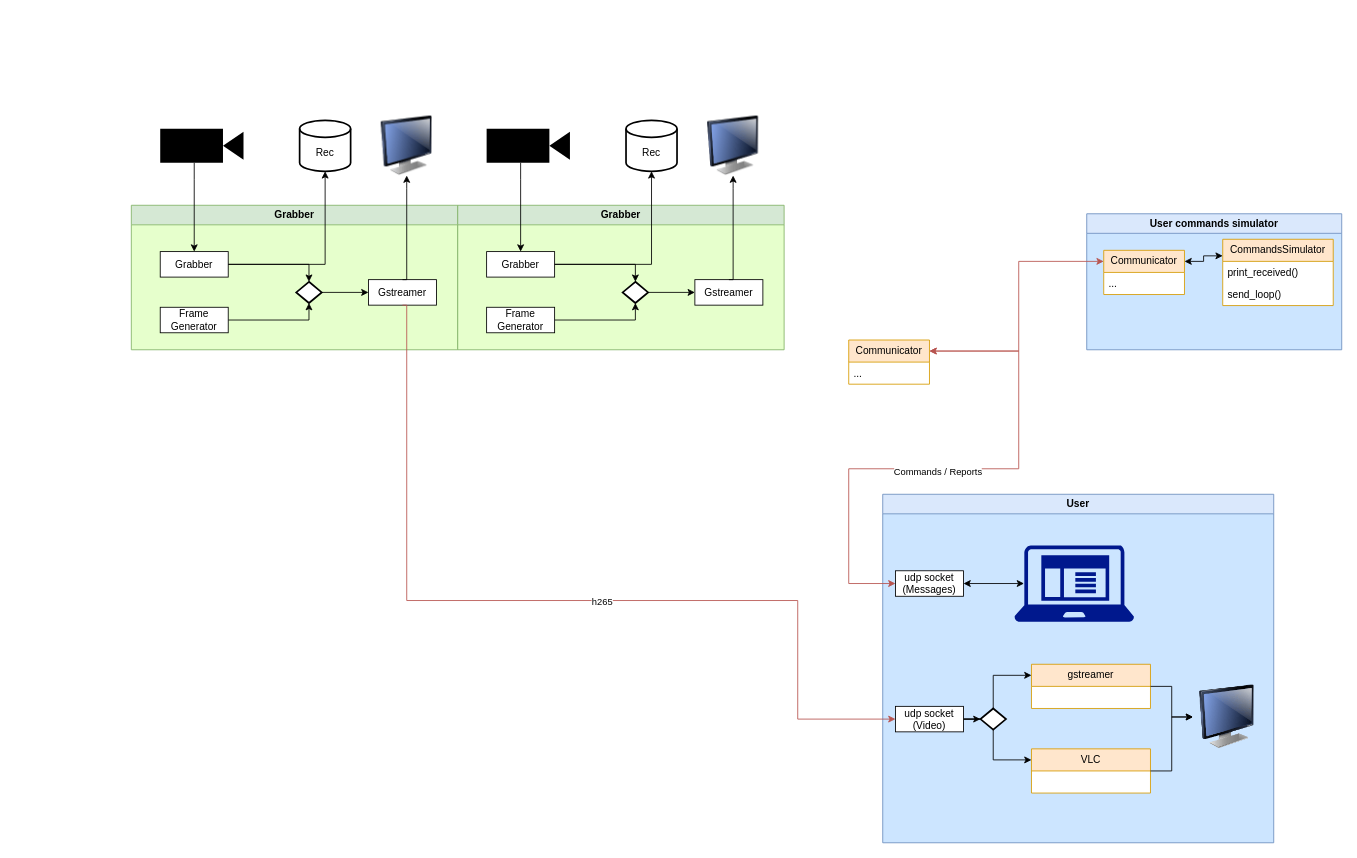
Earlier version of the draw.io diagram page "Page-2" (2 of 2) of doc/diagram.drawio (serbuh/gige_capture). Source tidied: cells renumbered, new cells numbered last; positions are measured from the earlier drawing's top-left corner, leaving out a move shared by most shapes. Both pictures are drawn from the tidied source at 85%, with x=0, y=0 at pixel (131, 116).
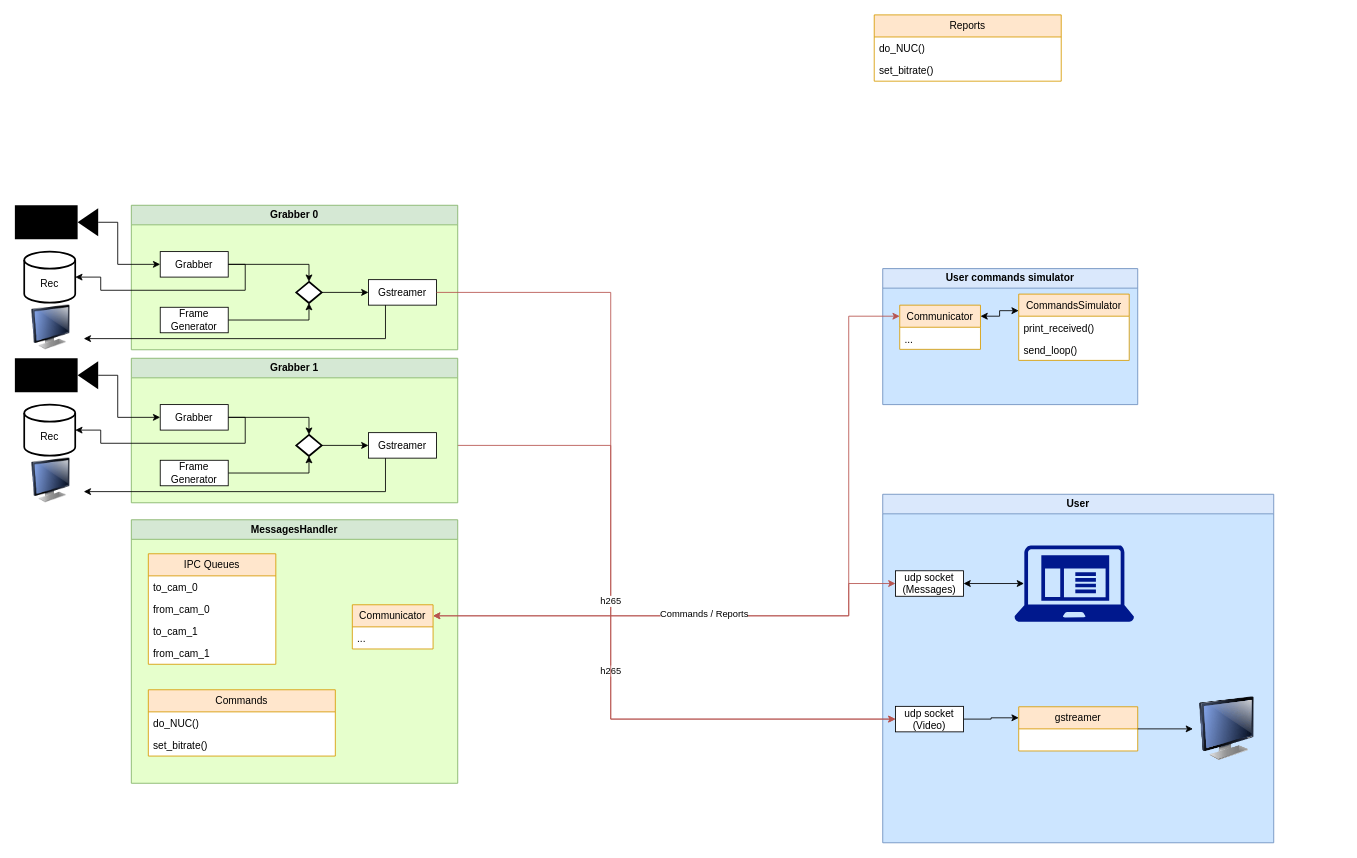
The same page after the edit.

Unchanged cells that the change refers to:
```xml
<mxCell id="7" value="Grabber" style="rounded=0;whiteSpace=wrap;html=1;" parent="2" vertex="1">
  <mxGeometry x="34" y="54.5" width="80" height="30" as="geometry" />
</mxCell>
<mxCell id="9" value="Gstreamer" style="rounded=0;whiteSpace=wrap;html=1;" parent="2" vertex="1">
  <mxGeometry x="279" y="87.5" width="80" height="30" as="geometry" />
</mxCell>
<mxCell id="12" value="User" style="swimlane;whiteSpace=wrap;html=1;comic=0;noLabel=0;swimlaneFillColor=#CCE5FF;fillColor=#dae8fc;strokeColor=#6c8ebf;" parent="1" vertex="1">
  <mxGeometry x="884" y="445" width="460" height="410" as="geometry" />
</mxCell>
<mxCell id="16" value="udp socket&lt;br&gt;(Video)" style="rounded=0;whiteSpace=wrap;html=1;" parent="12" vertex="1">
  <mxGeometry x="15" y="249.5" width="80" height="30" as="geometry" />
</mxCell>
<mxCell id="22" value="udp socket&lt;br&gt;(Messages)" style="rounded=0;whiteSpace=wrap;html=1;" parent="12" vertex="1">
  <mxGeometry x="15" y="90" width="80" height="30" as="geometry" />
</mxCell>
<mxCell id="39" value="Communicator" style="swimlane;fontStyle=0;horizontal=1;startSize=26;fillColor=#ffe6cc;whiteSpace=wrap;html=1;strokeColor=#d79b00;swimlaneFillColor=default;" parent="34" vertex="1">
  <mxGeometry x="20" y="43" width="95" height="52" as="geometry" />
</mxCell>
```

The edit, as a diff of the source:
```diff
@@
-    <mxCell id="2" value="Grabber" style="swimlane;whiteSpace=wrap;html=1;comic=0;noLabel=0;swimlaneFillColor=#E6FFCC;fillColor=#d5e8d4;strokeColor=#82b366;" parent="1" vertex="1">
+    <mxCell id="2" value="Grabber 0" style="swimlane;whiteSpace=wrap;html=1;comic=0;noLabel=0;swimlaneFillColor=#E6FFCC;fillColor=#d5e8d4;strokeColor=#82b366;" parent="1" vertex="1">
       <mxGeometry y="105" width="384" height="170" as="geometry" />
     </mxCell>
@@
-    <mxCell id="10" style="edgeStyle=orthogonalEdgeStyle;rounded=0;jettySize=auto;html=1;entryX=0.5;entryY=0;entryDx=0;entryDy=0;" parent="1" edge="1" source="11" target="7">
+    <mxCell id="10" style="edgeStyle=orthogonalEdgeStyle;rounded=0;jettySize=auto;html=1;entryX=0;entryY=0.5;entryDx=0;entryDy=0;exitX=1;exitY=0.5;exitDx=0;exitDy=0;exitPerimeter=0;" parent="1" edge="1" source="11" target="7">
       <mxGeometry relative="1" as="geometry">
         <Array as="points">
-          <mxPoint x="74" y="75" />
-          <mxPoint x="74" y="75" />
+          <mxPoint x="-16" y="125" />
+          <mxPoint x="-16" y="174" />
         </Array>
       </mxGeometry>
     </mxCell>
     <mxCell id="11" style="shape=mxgraph.signs.tech.video_camera;html=1;fillColor=#000000;strokeColor=none;verticalLabelPosition=bottom;verticalAlign=top;align=center;" parent="1" vertex="1">
-      <mxGeometry x="34" y="15" width="98" height="40" as="geometry" />
+      <mxGeometry x="-137" y="105" width="98" height="40" as="geometry" />
     </mxCell>
@@
-    <mxCell id="13" style="edgeStyle=orthogonalEdgeStyle;rounded=0;jettySize=auto;html=1;entryX=0;entryY=0.25;entryDx=0;entryDy=0;exitX=0.5;exitY=0;exitDx=0;exitDy=0;exitPerimeter=0;" parent="12" edge="1" source="19" target="17">
-      <mxGeometry relative="1" as="geometry" />
-    </mxCell>
-    <mxCell id="14" style="edgeStyle=orthogonalEdgeStyle;rounded=0;jettySize=auto;html=1;entryX=0;entryY=0.25;entryDx=0;entryDy=0;exitX=0.5;exitY=1;exitDx=0;exitDy=0;exitPerimeter=0;" parent="12" edge="1" source="19" target="18">
-      <mxGeometry relative="1" as="geometry" />
-    </mxCell>
-    <mxCell id="15" style="edgeStyle=orthogonalEdgeStyle;rounded=0;jettySize=auto;html=1;entryX=0;entryY=0.5;entryDx=0;entryDy=0;entryPerimeter=0;" parent="12" edge="1" source="16" target="19">
+    <mxCell id="15" style="edgeStyle=orthogonalEdgeStyle;rounded=0;jettySize=auto;html=1;entryX=0;entryY=0.25;entryDx=0;entryDy=0;" parent="12" edge="1" source="16" target="17">
       <mxGeometry relative="1" as="geometry" />
     </mxCell>
@@
     <mxCell id="17" value="gstreamer" style="swimlane;fontStyle=0;horizontal=1;startSize=26;fillColor=#ffe6cc;whiteSpace=wrap;html=1;strokeColor=#d79b00;swimlaneFillColor=default;" parent="12" vertex="1">
-      <mxGeometry x="175" y="200" width="140" height="52" as="geometry" />
+      <mxGeometry x="160" y="250" width="140" height="52" as="geometry" />
     </mxCell>
-    <mxCell id="18" value="VLC" style="swimlane;fontStyle=0;horizontal=1;startSize=26;fillColor=#ffe6cc;whiteSpace=wrap;html=1;strokeColor=#d79b00;swimlaneFillColor=default;" parent="12" vertex="1">
-      <mxGeometry x="175" y="299.5" width="140" height="52" as="geometry" />
-    </mxCell>
-    <mxCell id="19" style="strokeWidth=2;html=1;shape=mxgraph.flowchart.decision;whiteSpace=wrap;" parent="12" vertex="1">
-      <mxGeometry x="115" y="252" width="30" height="25" as="geometry" />
-    </mxCell>
@@
     <mxCell id="23" style="image;html=1;image=img/lib/clip_art/computers/Monitor_128x128.png;align=center;verticalAlign=top;" parent="12" vertex="1">
-      <mxGeometry x="365" y="224.5" width="80" height="75" as="geometry" />
+      <mxGeometry x="365" y="238.5" width="80" height="75" as="geometry" />
     </mxCell>
-    <mxCell id="24" style="edgeStyle=orthogonalEdgeStyle;rounded=0;jettySize=auto;html=1;" parent="12" edge="1" source="18" target="23">
-      <mxGeometry relative="1" as="geometry" />
-    </mxCell>
@@
     <mxCell id="26" style="image;html=1;image=img/lib/clip_art/computers/Monitor_128x128.png;" parent="1" vertex="1">
-      <mxGeometry x="279" width="90" height="70" as="geometry" />
+      <mxGeometry x="-133" y="222.5" width="77" height="52.5" as="geometry" />
     </mxCell>
     <mxCell id="27" value="&lt;br&gt;Rec" style="strokeWidth=2;html=1;shape=mxgraph.flowchart.database;whiteSpace=wrap;" parent="1" vertex="1">
-      <mxGeometry x="198" y="5" width="60" height="60" as="geometry" />
+      <mxGeometry x="-126" y="159.5" width="60" height="60" as="geometry" />
     </mxCell>
-    <mxCell id="28" style="edgeStyle=orthogonalEdgeStyle;rounded=0;jettySize=auto;html=1;exitX=1;exitY=0.5;exitDx=0;exitDy=0;" parent="1" edge="1" source="7" target="27">
-      <mxGeometry relative="1" as="geometry" />
+    <mxCell id="28" style="edgeStyle=orthogonalEdgeStyle;rounded=0;jettySize=auto;html=1;exitX=1;exitY=0.5;exitDx=0;exitDy=0;entryX=1;entryY=0.5;entryDx=0;entryDy=0;entryPerimeter=0;" parent="1" edge="1" source="7" target="27">
+      <mxGeometry relative="1" as="geometry">
+        <Array as="points">
+          <mxPoint x="134" y="174" />
+          <mxPoint x="134" y="205" />
+          <mxPoint x="-36" y="205" />
+          <mxPoint x="-36" y="190" />
+          <mxPoint x="-66" y="190" />
+        </Array>
+      </mxGeometry>
     </mxCell>
-    <mxCell id="29" style="edgeStyle=orthogonalEdgeStyle;rounded=0;jettySize=auto;html=1;entryX=0.5;entryY=1;entryDx=0;entryDy=0;exitX=0.5;exitY=0;exitDx=0;exitDy=0;" parent="1" edge="1" source="9" target="26">
+    <mxCell id="29" style="edgeStyle=orthogonalEdgeStyle;rounded=0;jettySize=auto;html=1;entryX=1;entryY=0.75;entryDx=0;entryDy=0;exitX=0.25;exitY=1;exitDx=0;exitDy=0;" parent="1" edge="1" source="9" target="26">
       <mxGeometry relative="1" as="geometry">
         <Array as="points">
-          <mxPoint x="324" y="85" />
-          <mxPoint x="324" y="85" />
+          <mxPoint x="299" y="262" />
         </Array>
       </mxGeometry>
     </mxCell>
-    <mxCell id="30" style="edgeStyle=orthogonalEdgeStyle;rounded=0;jettySize=auto;html=1;entryX=0;entryY=0.5;entryDx=0;entryDy=0;fillColor=#f8cecc;strokeColor=#b85450;exitX=0.5;exitY=1;exitDx=0;exitDy=0;" parent="1" edge="1" source="9" target="16">
+    <mxCell id="30" style="edgeStyle=orthogonalEdgeStyle;rounded=0;jettySize=auto;html=1;entryX=0;entryY=0.5;entryDx=0;entryDy=0;fillColor=#f8cecc;strokeColor=#b85450;exitX=1;exitY=0.5;exitDx=0;exitDy=0;" parent="1" edge="1" source="51" target="16">
       <mxGeometry relative="1" as="geometry">
         <Array as="points">
-          <mxPoint x="324" y="570" />
-          <mxPoint x="784" y="570" />
-          <mxPoint x="784" y="710" />
+          <mxPoint x="564" y="387" />
+          <mxPoint x="564" y="709" />
         </Array>
       </mxGeometry>
     </mxCell>
@@
-    <mxCell id="32" style="edgeStyle=orthogonalEdgeStyle;rounded=0;jettySize=auto;html=1;entryX=0;entryY=0.5;entryDx=0;entryDy=0;startArrow=classic;startFill=1;fillColor=#f8cecc;strokeColor=#b85450;exitX=1;exitY=0.25;exitDx=0;exitDy=0;" parent="1" edge="1" source="42" target="22">
-      <mxGeometry relative="1" as="geometry">
-        <Array as="points">
-          <mxPoint x="1044" y="277" />
-          <mxPoint x="1044" y="415" />
-          <mxPoint x="844" y="415" />
-          <mxPoint x="844" y="550" />
-        </Array>
-      </mxGeometry>
-    </mxCell>
-    <mxCell id="33" value="Commands / Reports" style="edgeLabel;html=1;align=center;verticalAlign=middle;" parent="32" vertex="1">
-      <mxGeometry x="0.07" y="3" relative="1" as="geometry" />
-    </mxCell>
     <mxCell id="34" value="User commands simulator" style="swimlane;whiteSpace=wrap;html=1;comic=0;noLabel=0;swimlaneFillColor=#CCE5FF;fillColor=#dae8fc;strokeColor=#6c8ebf;" parent="1" vertex="1">
-      <mxGeometry x="1124" y="115" width="300" height="160" as="geometry" />
+      <mxGeometry x="884" y="179.5" width="300" height="160" as="geometry" />
     </mxCell>
@@
-    <mxCell id="41" style="edgeStyle=orthogonalEdgeStyle;rounded=0;jettySize=auto;html=1;entryX=1;entryY=0.25;entryDx=0;entryDy=0;startArrow=classic;startFill=1;fillColor=#f8cecc;strokeColor=#b85450;exitX=0;exitY=0.25;exitDx=0;exitDy=0;" parent="1" edge="1" source="39" target="42">
-      <mxGeometry relative="1" as="geometry">
-        <Array as="points">
-          <mxPoint x="1044" y="171" />
-          <mxPoint x="1044" y="277" />
-        </Array>
-      </mxGeometry>
-    </mxCell>
+    <mxCell id="58" style="edgeStyle=orthogonalEdgeStyle;rounded=0;jettySize=auto;html=1;entryX=0;entryY=0.5;entryDx=0;entryDy=0;fillColor=#f8cecc;strokeColor=#b85450;exitX=1;exitY=0.5;exitDx=0;exitDy=0;" parent="1" edge="1" source="9" target="16">
+      <mxGeometry relative="1" as="geometry">
+        <Array as="points">
+          <mxPoint x="564" y="207" />
+          <mxPoint x="564" y="709" />
+        </Array>
+      </mxGeometry>
+    </mxCell>
+    <mxCell id="59" value="h265" style="edgeLabel;html=1;align=center;verticalAlign=middle;" parent="58" vertex="1">
+      <mxGeometry x="0.09" y="-1" relative="1" as="geometry" />
+    </mxCell>
+    <mxCell id="60" value="MessagesHandler" style="swimlane;whiteSpace=wrap;html=1;comic=0;noLabel=0;swimlaneFillColor=#E6FFCC;fillColor=#d5e8d4;strokeColor=#82b366;" parent="1" vertex="1">
+      <mxGeometry y="475" width="384" height="310" as="geometry" />
+    </mxCell>
-    <mxCell id="42" value="Communicator" style="swimlane;fontStyle=0;horizontal=1;startSize=26;fillColor=#ffe6cc;whiteSpace=wrap;html=1;strokeColor=#d79b00;swimlaneFillColor=default;" parent="1" vertex="1">
-      <mxGeometry x="844" y="263.5" width="95" height="52" as="geometry" />
+    <mxCell id="42" value="Communicator" style="swimlane;fontStyle=0;horizontal=1;startSize=26;fillColor=#ffe6cc;whiteSpace=wrap;html=1;strokeColor=#d79b00;swimlaneFillColor=default;" parent="60" vertex="1">
+      <mxGeometry x="260" y="100" width="95" height="52" as="geometry" />
     </mxCell>
@@
-    <mxCell id="44" value="Grabber" style="swimlane;whiteSpace=wrap;html=1;comic=0;noLabel=0;swimlaneFillColor=#E6FFCC;fillColor=#d5e8d4;strokeColor=#82b366;" parent="1" vertex="1">
-      <mxGeometry x="384" y="105" width="384" height="170" as="geometry" />
-    </mxCell>
+    <mxCell id="61" value="Commands" style="swimlane;fontStyle=0;horizontal=1;startSize=26;fillColor=#ffe6cc;whiteSpace=wrap;html=1;strokeColor=#d79b00;swimlaneFillColor=default;" parent="60" vertex="1">
+      <mxGeometry x="20" y="200" width="220" height="78" as="geometry" />
+    </mxCell>
+    <mxCell id="62" value="do_NUC()" style="text;strokeColor=none;fillColor=none;align=left;verticalAlign=top;spacingLeft=4;spacingRight=4;overflow=hidden;whiteSpace=wrap;html=1;" parent="61" vertex="1">
+      <mxGeometry y="26" width="220" height="26" as="geometry" />
+    </mxCell>
+    <mxCell id="63" value="set_bitrate()" style="text;strokeColor=none;fillColor=none;align=left;verticalAlign=top;spacingLeft=4;spacingRight=4;overflow=hidden;whiteSpace=wrap;html=1;" parent="61" vertex="1">
+      <mxGeometry y="52" width="220" height="26" as="geometry" />
+    </mxCell>
+    <mxCell id="64" value="IPC Queues" style="swimlane;fontStyle=0;horizontal=1;startSize=26;fillColor=#ffe6cc;whiteSpace=wrap;html=1;strokeColor=#d79b00;swimlaneFillColor=default;" parent="60" vertex="1">
+      <mxGeometry x="20" y="40" width="150" height="130" as="geometry" />
+    </mxCell>
+    <mxCell id="65" value="to_cam_0" style="text;strokeColor=none;fillColor=none;align=left;verticalAlign=top;spacingLeft=4;spacingRight=4;overflow=hidden;whiteSpace=wrap;html=1;" parent="64" vertex="1">
+      <mxGeometry y="26" width="150" height="26" as="geometry" />
+    </mxCell>
+    <mxCell id="66" value="from_cam_0" style="text;strokeColor=none;fillColor=none;align=left;verticalAlign=top;spacingLeft=4;spacingRight=4;overflow=hidden;whiteSpace=wrap;html=1;" parent="64" vertex="1">
+      <mxGeometry y="52" width="150" height="26" as="geometry" />
+    </mxCell>
+    <mxCell id="67" value="to_cam_1" style="text;strokeColor=none;fillColor=none;align=left;verticalAlign=top;spacingLeft=4;spacingRight=4;overflow=hidden;whiteSpace=wrap;html=1;" parent="64" vertex="1">
+      <mxGeometry y="78" width="150" height="26" as="geometry" />
+    </mxCell>
+    <mxCell id="68" value="from_cam_1" style="text;strokeColor=none;fillColor=none;align=left;verticalAlign=top;spacingLeft=4;spacingRight=4;overflow=hidden;whiteSpace=wrap;html=1;" parent="64" vertex="1">
+      <mxGeometry y="104" width="150" height="26" as="geometry" />
+    </mxCell>
+    <mxCell id="41" style="edgeStyle=orthogonalEdgeStyle;rounded=0;jettySize=auto;html=1;entryX=1;entryY=0.25;entryDx=0;entryDy=0;startArrow=classic;startFill=1;fillColor=#f8cecc;strokeColor=#b85450;exitX=0;exitY=0.25;exitDx=0;exitDy=0;" parent="1" edge="1" source="39" target="42">
+      <mxGeometry relative="1" as="geometry">
+        <Array as="points">
+          <mxPoint x="844" y="235" />
+          <mxPoint x="844" y="588" />
+        </Array>
+      </mxGeometry>
+    </mxCell>
+    <mxCell id="32" style="edgeStyle=orthogonalEdgeStyle;rounded=0;jettySize=auto;html=1;entryX=0;entryY=0.5;entryDx=0;entryDy=0;startArrow=classic;startFill=1;fillColor=#f8cecc;strokeColor=#b85450;exitX=1;exitY=0.25;exitDx=0;exitDy=0;" parent="1" edge="1" source="42" target="22">
+      <mxGeometry relative="1" as="geometry">
+        <Array as="points">
+          <mxPoint x="844" y="588" />
+          <mxPoint x="844" y="550" />
+        </Array>
+      </mxGeometry>
+    </mxCell>
+    <mxCell id="33" value="Commands / Reports" style="edgeLabel;html=1;align=center;verticalAlign=middle;" parent="32" vertex="1">
+      <mxGeometry x="0.07" y="3" relative="1" as="geometry">
+        <mxPoint x="7" as="offset" />
+      </mxGeometry>
+    </mxCell>
+    <mxCell id="69" value="Reports" style="swimlane;fontStyle=0;horizontal=1;startSize=26;fillColor=#ffe6cc;whiteSpace=wrap;html=1;strokeColor=#d79b00;swimlaneFillColor=default;" parent="1" vertex="1">
+      <mxGeometry x="874" y="-119" width="220" height="78" as="geometry" />
+    </mxCell>
+    <mxCell id="70" value="do_NUC()" style="text;strokeColor=none;fillColor=none;align=left;verticalAlign=top;spacingLeft=4;spacingRight=4;overflow=hidden;whiteSpace=wrap;html=1;" parent="69" vertex="1">
+      <mxGeometry y="26" width="220" height="26" as="geometry" />
+    </mxCell>
+    <mxCell id="71" value="set_bitrate()" style="text;strokeColor=none;fillColor=none;align=left;verticalAlign=top;spacingLeft=4;spacingRight=4;overflow=hidden;whiteSpace=wrap;html=1;" parent="69" vertex="1">
+      <mxGeometry y="52" width="220" height="26" as="geometry" />
+    </mxCell>
+    <mxCell id="72" value="Grabber 1" style="swimlane;whiteSpace=wrap;html=1;comic=0;noLabel=0;swimlaneFillColor=#E6FFCC;fillColor=#d5e8d4;strokeColor=#82b366;" parent="1" vertex="1">
+      <mxGeometry y="285" width="384" height="170" as="geometry" />
+    </mxCell>
-    <mxCell id="45" style="edgeStyle=orthogonalEdgeStyle;rounded=0;jettySize=auto;html=1;entryX=0;entryY=0.5;entryDx=0;entryDy=0;" parent="44" edge="1" source="46" target="51">
+    <mxCell id="45" style="edgeStyle=orthogonalEdgeStyle;rounded=0;jettySize=auto;html=1;entryX=0;entryY=0.5;entryDx=0;entryDy=0;" parent="72" edge="1" source="46" target="51">
       <mxGeometry relative="1" as="geometry" />
     </mxCell>
-    <mxCell id="46" style="strokeWidth=2;html=1;shape=mxgraph.flowchart.decision;whiteSpace=wrap;" parent="44" vertex="1">
+    <mxCell id="46" style="strokeWidth=2;html=1;shape=mxgraph.flowchart.decision;whiteSpace=wrap;" parent="72" vertex="1">
       <mxGeometry x="194" y="90" width="30" height="25" as="geometry" />
     </mxCell>
-    <mxCell id="47" style="edgeStyle=orthogonalEdgeStyle;rounded=0;jettySize=auto;html=1;entryX=0.5;entryY=0;entryDx=0;entryDy=0;entryPerimeter=0;exitX=1;exitY=0.5;exitDx=0;exitDy=0;" parent="44" edge="1" source="49" target="46">
+    <mxCell id="47" style="edgeStyle=orthogonalEdgeStyle;rounded=0;jettySize=auto;html=1;entryX=0.5;entryY=0;entryDx=0;entryDy=0;entryPerimeter=0;exitX=1;exitY=0.5;exitDx=0;exitDy=0;" parent="72" edge="1" source="49" target="46">
       <mxGeometry relative="1" as="geometry" />
     </mxCell>
-    <mxCell id="48" style="edgeStyle=orthogonalEdgeStyle;rounded=0;jettySize=auto;html=1;entryX=0.5;entryY=1;entryDx=0;entryDy=0;entryPerimeter=0;exitX=1;exitY=0.5;exitDx=0;exitDy=0;" parent="44" edge="1" source="50" target="46">
+    <mxCell id="48" style="edgeStyle=orthogonalEdgeStyle;rounded=0;jettySize=auto;html=1;entryX=0.5;entryY=1;entryDx=0;entryDy=0;entryPerimeter=0;exitX=1;exitY=0.5;exitDx=0;exitDy=0;" parent="72" edge="1" source="50" target="46">
       <mxGeometry relative="1" as="geometry" />
     </mxCell>
-    <mxCell id="49" value="Grabber" style="rounded=0;whiteSpace=wrap;html=1;" parent="44" vertex="1">
+    <mxCell id="49" value="Grabber" style="rounded=0;whiteSpace=wrap;html=1;" parent="72" vertex="1">
       <mxGeometry x="34" y="54.5" width="80" height="30" as="geometry" />
     </mxCell>
-    <mxCell id="50" value="Frame&lt;br&gt;Generator" style="rounded=0;whiteSpace=wrap;html=1;" parent="44" vertex="1">
+    <mxCell id="50" value="Frame&lt;br&gt;Generator" style="rounded=0;whiteSpace=wrap;html=1;" parent="72" vertex="1">
       <mxGeometry x="34" y="120" width="80" height="30" as="geometry" />
     </mxCell>
-    <mxCell id="51" value="Gstreamer" style="rounded=0;whiteSpace=wrap;html=1;" parent="44" vertex="1">
+    <mxCell id="51" value="Gstreamer" style="rounded=0;whiteSpace=wrap;html=1;" parent="72" vertex="1">
       <mxGeometry x="279" y="87.5" width="80" height="30" as="geometry" />
     </mxCell>
-    <mxCell id="52" style="edgeStyle=orthogonalEdgeStyle;rounded=0;jettySize=auto;html=1;entryX=0.5;entryY=0;entryDx=0;entryDy=0;" parent="1" edge="1" source="53" target="49">
-      <mxGeometry relative="1" as="geometry">
-        <Array as="points">
-          <mxPoint x="458" y="75" />
-          <mxPoint x="458" y="75" />
-        </Array>
-      </mxGeometry>
-    </mxCell>
-    <mxCell id="53" style="shape=mxgraph.signs.tech.video_camera;html=1;fillColor=#000000;strokeColor=none;verticalLabelPosition=bottom;verticalAlign=top;align=center;" parent="1" vertex="1">
-      <mxGeometry x="418" y="15" width="98" height="40" as="geometry" />
-    </mxCell>
-    <mxCell id="54" style="image;html=1;image=img/lib/clip_art/computers/Monitor_128x128.png;" parent="1" vertex="1">
-      <mxGeometry x="663" width="90" height="70" as="geometry" />
-    </mxCell>
+    <mxCell id="73" style="edgeStyle=orthogonalEdgeStyle;rounded=0;jettySize=auto;html=1;entryX=0;entryY=0.5;entryDx=0;entryDy=0;exitX=1;exitY=0.5;exitDx=0;exitDy=0;exitPerimeter=0;" parent="1" edge="1" source="74" target="49">
+      <mxGeometry relative="1" as="geometry">
+        <Array as="points">
+          <mxPoint x="-16" y="305" />
+          <mxPoint x="-16" y="354" />
+        </Array>
+      </mxGeometry>
+    </mxCell>
+    <mxCell id="74" style="shape=mxgraph.signs.tech.video_camera;html=1;fillColor=#000000;strokeColor=none;verticalLabelPosition=bottom;verticalAlign=top;align=center;" parent="1" vertex="1">
+      <mxGeometry x="-137" y="285" width="98" height="40" as="geometry" />
+    </mxCell>
+    <mxCell id="75" style="image;html=1;image=img/lib/clip_art/computers/Monitor_128x128.png;" parent="1" vertex="1">
+      <mxGeometry x="-133" y="402.5" width="77" height="52.5" as="geometry" />
+    </mxCell>
     <mxCell id="55" value="&lt;br&gt;Rec" style="strokeWidth=2;html=1;shape=mxgraph.flowchart.database;whiteSpace=wrap;" parent="1" vertex="1">
-      <mxGeometry x="582" y="5" width="60" height="60" as="geometry" />
+      <mxGeometry x="-126" y="339.5" width="60" height="60" as="geometry" />
     </mxCell>
-    <mxCell id="56" style="edgeStyle=orthogonalEdgeStyle;rounded=0;jettySize=auto;html=1;exitX=1;exitY=0.5;exitDx=0;exitDy=0;" parent="1" edge="1" source="49" target="55">
-      <mxGeometry relative="1" as="geometry" />
+    <mxCell id="56" style="edgeStyle=orthogonalEdgeStyle;rounded=0;jettySize=auto;html=1;exitX=1;exitY=0.5;exitDx=0;exitDy=0;entryX=1;entryY=0.5;entryDx=0;entryDy=0;entryPerimeter=0;" parent="1" edge="1" source="49" target="55">
+      <mxGeometry relative="1" as="geometry">
+        <Array as="points">
+          <mxPoint x="134" y="354" />
+          <mxPoint x="134" y="385" />
+          <mxPoint x="-36" y="385" />
+          <mxPoint x="-36" y="370" />
+          <mxPoint x="-66" y="370" />
+        </Array>
+      </mxGeometry>
     </mxCell>
-    <mxCell id="57" style="edgeStyle=orthogonalEdgeStyle;rounded=0;jettySize=auto;html=1;entryX=0.5;entryY=1;entryDx=0;entryDy=0;exitX=0.5;exitY=0;exitDx=0;exitDy=0;" parent="1" edge="1" source="51" target="54">
-      <mxGeometry relative="1" as="geometry">
-        <Array as="points">
-          <mxPoint x="708" y="85" />
-          <mxPoint x="708" y="85" />
-        </Array>
-      </mxGeometry>
-    </mxCell>
+    <mxCell id="76" style="edgeStyle=orthogonalEdgeStyle;rounded=0;jettySize=auto;html=1;entryX=1;entryY=0.75;entryDx=0;entryDy=0;exitX=0.25;exitY=1;exitDx=0;exitDy=0;" parent="1" edge="1" source="51" target="75">
+      <mxGeometry relative="1" as="geometry">
+        <Array as="points">
+          <mxPoint x="299" y="442" />
+        </Array>
+      </mxGeometry>
+    </mxCell>
```
